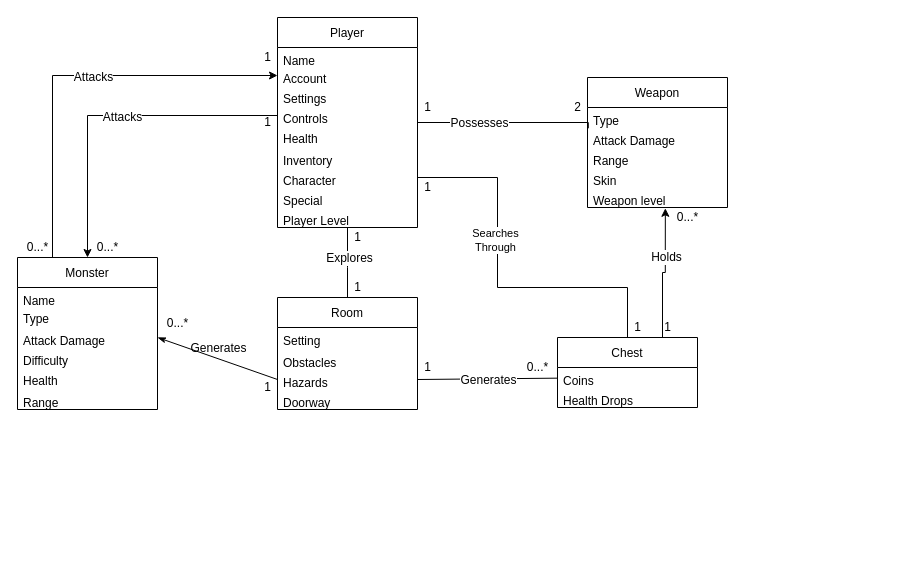
Before: Domain Model M2/Domain Model M2.drawio in jcarpenter48/dungeon_16, a draw.io diagram. Source tidied: cells renumbered, new cells numbered last; positions are measured from the earlier drawing's top-left corner, leaving out a move shared by most shapes. Both pictures are drawn from the tidied source at 100%, with x=0, y=0 at pixel (17, 17).
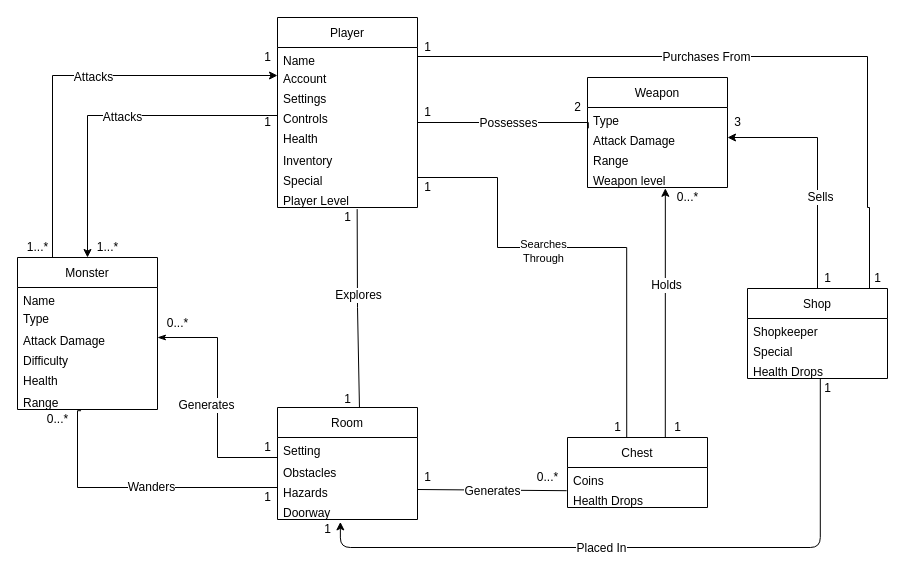
The same page after the edit.

Commit message (it also covers changes not shown here):
Update Diagram Information

The change refers to these unchanged cells:
```xml
<mxCell id="2" style="edgeStyle=orthogonalEdgeStyle;rounded=0;jettySize=auto;html=1;entryX=0.006;entryY=0.04;entryDx=0;entryDy=0;endArrow=none;endFill=0;entryPerimeter=0;" parent="1" edge="1" source="6" target="27">
  <mxGeometry relative="1" as="geometry">
    <Array as="points">
      <mxPoint x="571" y="105" />
    </Array>
  </mxGeometry>
</mxCell>
<mxCell id="7" value="Name" style="text;strokeColor=none;fillColor=none;align=left;verticalAlign=top;spacingLeft=4;spacingRight=4;overflow=hidden;points=[[0,0.5],[1,0.5]];portConstraint=eastwest;" parent="6" vertex="1">
  <mxGeometry y="30" width="140" height="18" as="geometry" />
</mxCell>
<mxCell id="21" value="Attack Damage" style="text;strokeColor=none;fillColor=none;align=left;verticalAlign=top;spacingLeft=4;spacingRight=4;overflow=hidden;points=[[0,0.5],[1,0.5]];portConstraint=eastwest;" parent="18" vertex="1">
  <mxGeometry y="70" width="140" height="20" as="geometry" />
</mxCell>
<mxCell id="24" value="Range" style="text;strokeColor=none;fillColor=none;align=left;verticalAlign=top;spacingLeft=4;spacingRight=4;overflow=hidden;points=[[0,0.5],[1,0.5]];portConstraint=eastwest;" parent="18" vertex="1">
  <mxGeometry y="132" width="140" height="20" as="geometry" />
</mxCell>
<mxCell id="27" value="Attack Damage" style="text;strokeColor=none;fillColor=none;align=left;verticalAlign=top;spacingLeft=4;spacingRight=4;overflow=hidden;points=[[0,0.5],[1,0.5]];portConstraint=eastwest;" parent="25" vertex="1">
  <mxGeometry y="50" width="140" height="20" as="geometry" />
</mxCell>
<mxCell id="34" value="Hazards" style="text;strokeColor=none;fillColor=none;align=left;verticalAlign=top;spacingLeft=4;spacingRight=4;overflow=hidden;points=[[0,0.5],[1,0.5]];portConstraint=eastwest;" parent="31" vertex="1">
  <mxGeometry y="72" width="140" height="20" as="geometry" />
</mxCell>
<mxCell id="35" value="Doorway" style="text;strokeColor=none;fillColor=none;align=left;verticalAlign=top;spacingLeft=4;spacingRight=4;overflow=hidden;points=[[0,0.5],[1,0.5]];portConstraint=eastwest;" parent="31" vertex="1">
  <mxGeometry y="92" width="140" height="20" as="geometry" />
</mxCell>
<mxCell id="39" value="Coins" style="text;strokeColor=none;fillColor=none;align=left;verticalAlign=top;spacingLeft=4;spacingRight=4;overflow=hidden;points=[[0,0.5],[1,0.5]];portConstraint=eastwest;" parent="38" vertex="1">
  <mxGeometry y="30" width="140" height="20" as="geometry" />
</mxCell>
<mxCell id="40" value="Health Drops" style="text;strokeColor=none;fillColor=none;align=left;verticalAlign=top;spacingLeft=4;spacingRight=4;overflow=hidden;points=[[0,0.5],[1,0.5]];portConstraint=eastwest;" parent="38" vertex="1">
  <mxGeometry y="50" width="140" height="20" as="geometry" />
</mxCell>
```

The edit, as a diff of the source:
```diff
@@
     <mxCell id="3" value="&lt;span style=&quot;font-size: 12px&quot;&gt;Possesses&lt;/span&gt;" style="edgeLabel;html=1;align=center;verticalAlign=middle;" parent="2" vertex="1">
-      <mxGeometry x="-0.31" relative="1" as="geometry" />
+      <mxGeometry x="-0.31" relative="1" as="geometry">
+        <mxPoint x="29" as="offset" />
+      </mxGeometry>
     </mxCell>
-    <mxCell id="4" style="edgeStyle=none;rounded=0;jettySize=auto;html=1;startArrow=none;startFill=0;endArrow=none;endFill=0;strokeColor=#000000;entryX=0.5;entryY=0;entryDx=0;entryDy=0;" parent="1" edge="1" source="6" target="31">
+    <mxCell id="4" style="edgeStyle=none;rounded=0;jettySize=auto;html=1;startArrow=none;startFill=0;endArrow=none;endFill=0;strokeColor=#000000;entryX=1.1;entryY=1.02;entryDx=0;entryDy=0;exitX=0.569;exitY=1.08;exitDx=0;exitDy=0;exitPerimeter=0;entryPerimeter=0;" parent="1" edge="1" source="15" target="49">
       <mxGeometry relative="1" as="geometry">
         <Array as="points">
-          <mxPoint x="330" y="250" />
+          <mxPoint x="340" y="290" />
         </Array>
       </mxGeometry>
     </mxCell>
@@
     <mxCell id="6" value="Player" style="swimlane;fontStyle=0;horizontal=1;startSize=30;" parent="1" vertex="1">
-      <mxGeometry x="260" width="140" height="210" as="geometry" />
+      <mxGeometry x="260" width="140" height="190" as="geometry" />
     </mxCell>
@@
-    <mxCell id="13" value="Character" style="text;strokeColor=none;fillColor=none;align=left;verticalAlign=top;spacingLeft=4;spacingRight=4;overflow=hidden;" parent="6" vertex="1">
-      <mxGeometry y="150" width="140" height="20" as="geometry" />
-    </mxCell>
     <mxCell id="14" value="Special" style="text;strokeColor=none;fillColor=none;align=left;verticalAlign=top;spacingLeft=4;spacingRight=4;overflow=hidden;points=[[0,0.5],[1,0.5]];portConstraint=eastwest;" parent="6" vertex="1">
-      <mxGeometry y="170" width="140" height="20" as="geometry" />
+      <mxGeometry y="150" width="140" height="20" as="geometry" />
     </mxCell>
     <mxCell id="15" value="Player Level" style="text;strokeColor=none;fillColor=none;align=left;verticalAlign=top;spacingLeft=4;spacingRight=4;overflow=hidden;points=[[0,0.5],[1,0.5]];portConstraint=eastwest;" parent="6" vertex="1">
-      <mxGeometry y="190" width="140" height="20" as="geometry" />
+      <mxGeometry y="170" width="140" height="20" as="geometry" />
     </mxCell>
@@
     <mxCell id="25" value="Weapon" style="swimlane;fontStyle=0;horizontal=1;startSize=30;" parent="1" vertex="1">
-      <mxGeometry x="570" y="60" width="140" height="130" as="geometry" />
+      <mxGeometry x="570" y="60" width="140" height="110" as="geometry" />
     </mxCell>
@@
-    <mxCell id="29" value="Skin" style="text;strokeColor=none;fillColor=none;align=left;verticalAlign=top;spacingLeft=4;spacingRight=4;overflow=hidden;" parent="25" vertex="1">
-      <mxGeometry y="90" width="140" height="20" as="geometry" />
-    </mxCell>
     <mxCell id="30" value="Weapon level" style="text;strokeColor=none;fillColor=none;align=left;verticalAlign=top;spacingLeft=4;spacingRight=4;overflow=hidden;points=[[0,0.5],[1,0.5]];portConstraint=eastwest;" parent="25" vertex="1">
-      <mxGeometry y="110" width="140" height="20" as="geometry" />
+      <mxGeometry y="90" width="140" height="20" as="geometry" />
     </mxCell>
     <mxCell id="31" value="Room" style="swimlane;fontStyle=0;horizontal=1;startSize=30;" parent="1" vertex="1">
-      <mxGeometry x="260" y="280" width="140" height="112" as="geometry" />
+      <mxGeometry x="260" y="390" width="140" height="112" as="geometry" />
     </mxCell>
@@
-    <mxCell id="36" style="edgeStyle=orthogonalEdgeStyle;rounded=0;jettySize=auto;html=1;exitX=0.75;exitY=0;exitDx=0;exitDy=0;entryX=0.556;entryY=1.04;entryDx=0;entryDy=0;entryPerimeter=0;" parent="1" edge="1" source="38" target="30">
-      <mxGeometry relative="1" as="geometry" />
+    <mxCell id="36" style="rounded=0;jettySize=auto;html=1;exitX=0.75;exitY=0;exitDx=0;exitDy=0;entryX=0.556;entryY=1.04;entryDx=0;entryDy=0;entryPerimeter=0;edgeStyle=orthogonalEdgeStyle;" parent="1" edge="1" source="38" target="30">
+      <mxGeometry relative="1" as="geometry">
+        <Array as="points">
+          <mxPoint x="648" y="420" />
+        </Array>
+      </mxGeometry>
     </mxCell>
@@
     <mxCell id="38" value="Chest" style="swimlane;fontStyle=0;horizontal=1;startSize=30;" parent="1" vertex="1">
-      <mxGeometry x="540" y="320" width="140" height="70" as="geometry" />
+      <mxGeometry x="550" y="420" width="140" height="70" as="geometry" />
     </mxCell>
@@
-    <mxCell id="43" style="edgeStyle=orthogonalEdgeStyle;rounded=0;jettySize=auto;html=1;exitX=1;exitY=0.5;exitDx=0;exitDy=0;startArrow=none;startFill=0;endArrow=none;endFill=0;" parent="1" edge="1" source="14">
+    <mxCell id="43" style="edgeStyle=orthogonalEdgeStyle;rounded=0;jettySize=auto;html=1;exitX=1;exitY=0.5;exitDx=0;exitDy=0;startArrow=none;startFill=0;endArrow=none;endFill=0;entryX=0.423;entryY=-0.006;entryDx=0;entryDy=0;entryPerimeter=0;" parent="1" edge="1" source="14" target="38">
       <mxGeometry relative="1" as="geometry">
-        <mxPoint x="610" y="320" as="targetPoint" />
         <Array as="points">
           <mxPoint x="480" y="160" />
-          <mxPoint x="480" y="270" />
-          <mxPoint x="610" y="270" />
+          <mxPoint x="480" y="230" />
+          <mxPoint x="609" y="230" />
         </Array>
       </mxGeometry>
     </mxCell>
@@
     <mxCell id="47" value="1" style="text;html=1;align=center;verticalAlign=middle;strokeColor=none;" parent="1" vertex="1">
-      <mxGeometry x="400" y="80" width="20" height="20" as="geometry" />
+      <mxGeometry x="400" y="85" width="20" height="20" as="geometry" />
     </mxCell>
@@
     <mxCell id="49" value="1" style="text;html=1;align=center;verticalAlign=middle;points=[];strokeColor=none;" parent="1" vertex="1">
-      <mxGeometry x="330" y="260" width="20" height="20" as="geometry" />
+      <mxGeometry x="320" y="372" width="20" height="20" as="geometry" />
     </mxCell>
-    <mxCell id="50" style="edgeStyle=none;rounded=0;jettySize=auto;html=1;exitX=0;exitY=0.5;exitDx=0;exitDy=0;entryX=1;entryY=0.5;entryDx=0;entryDy=0;startArrow=none;startFill=0;endArrow=classicThin;endFill=1;strokeColor=#000000;" parent="1" edge="1" source="34" target="21">
-      <mxGeometry relative="1" as="geometry" />
+    <mxCell id="50" style="edgeStyle=orthogonalEdgeStyle;rounded=0;jettySize=auto;html=1;entryX=1;entryY=0.5;entryDx=0;entryDy=0;startArrow=none;startFill=0;endArrow=classicThin;endFill=1;strokeColor=#000000;" parent="1" edge="1" target="21">
+      <mxGeometry relative="1" as="geometry">
+        <mxPoint x="260" y="440" as="sourcePoint" />
+        <Array as="points">
+          <mxPoint x="260" y="440" />
+          <mxPoint x="200" y="440" />
+          <mxPoint x="200" y="320" />
+        </Array>
+      </mxGeometry>
     </mxCell>
-    <mxCell id="51" value="&lt;font style=&quot;font-size: 12px&quot;&gt;Generates&lt;/font&gt;" style="edgeLabel;html=1;align=center;verticalAlign=middle;labelBackgroundColor=none;" parent="50" vertex="1">
+    <mxCell id="51" value="&lt;font style=&quot;font-size: 12px&quot;&gt;Generates&lt;/font&gt;" style="edgeLabel;html=1;align=center;verticalAlign=middle;labelBackgroundColor=#ffffff;" parent="50" vertex="1">
       <mxGeometry x="-0.19" y="1" relative="1" as="geometry">
         <mxPoint x="-11" y="-16" as="offset" />
       </mxGeometry>
     </mxCell>
     <mxCell id="52" value="1" style="text;html=1;align=center;verticalAlign=middle;strokeColor=none;" parent="1" vertex="1">
-      <mxGeometry x="240" y="360" width="20" height="20" as="geometry" />
+      <mxGeometry x="240" y="420" width="20" height="20" as="geometry" />
     </mxCell>
@@
-    <mxCell id="54" value="0...*" style="text;html=1;align=center;verticalAlign=middle;strokeColor=none;" parent="1" vertex="1">
+    <mxCell id="54" value="1...*" style="text;html=1;align=center;verticalAlign=middle;strokeColor=none;" parent="1" vertex="1">
       <mxGeometry x="70" y="220" width="40" height="20" as="geometry" />
     </mxCell>
-    <mxCell id="55" value="0...*" style="text;html=1;align=center;verticalAlign=middle;strokeColor=none;" parent="1" vertex="1">
+    <mxCell id="55" value="1...*" style="text;html=1;align=center;verticalAlign=middle;strokeColor=none;" parent="1" vertex="1">
       <mxGeometry y="220" width="40" height="20" as="geometry" />
     </mxCell>
@@
-    <mxCell id="57" style="edgeStyle=none;rounded=0;jettySize=auto;html=1;exitX=1;exitY=0.5;exitDx=0;exitDy=0;startArrow=none;startFill=0;endArrow=none;endFill=0;strokeColor=#000000;" parent="1" edge="1" source="34" target="39">
+    <mxCell id="57" style="edgeStyle=none;rounded=0;jettySize=auto;html=1;exitX=1;exitY=0.5;exitDx=0;exitDy=0;startArrow=none;startFill=0;endArrow=none;endFill=0;strokeColor=#000000;entryX=-0.006;entryY=0.16;entryDx=0;entryDy=0;entryPerimeter=0;" parent="1" edge="1" source="34" target="40">
       <mxGeometry relative="1" as="geometry" />
     </mxCell>
@@
     <mxCell id="59" value="1" style="text;html=1;align=center;verticalAlign=middle;strokeColor=none;" parent="1" vertex="1">
-      <mxGeometry x="400" y="340" width="20" height="20" as="geometry" />
+      <mxGeometry x="400" y="450" width="20" height="20" as="geometry" />
     </mxCell>
     <mxCell id="60" value="1" style="text;html=1;align=center;verticalAlign=middle;strokeColor=none;" parent="1" vertex="1">
-      <mxGeometry x="610" y="300" width="20" height="20" as="geometry" />
+      <mxGeometry x="590" y="400" width="20" height="20" as="geometry" />
     </mxCell>
     <mxCell id="61" value="0...*" style="text;html=1;align=center;verticalAlign=middle;strokeColor=none;" parent="1" vertex="1">
-      <mxGeometry x="500" y="340" width="40" height="20" as="geometry" />
+      <mxGeometry x="510" y="450" width="40" height="20" as="geometry" />
     </mxCell>
     <mxCell id="62" value="1" style="text;html=1;align=center;verticalAlign=middle;strokeColor=none;" parent="1" vertex="1">
-      <mxGeometry x="640" y="300" width="20" height="20" as="geometry" />
+      <mxGeometry x="650" y="400" width="20" height="20" as="geometry" />
     </mxCell>
     <mxCell id="63" value="0...*" style="text;html=1;align=center;verticalAlign=middle;strokeColor=none;" parent="1" vertex="1">
-      <mxGeometry x="650" y="190" width="40" height="20" as="geometry" />
+      <mxGeometry x="650" y="170" width="40" height="20" as="geometry" />
     </mxCell>
     <mxCell id="64" value="1" style="text;html=1;align=center;verticalAlign=middle;strokeColor=none;" parent="1" vertex="1">
-      <mxGeometry x="330" y="210" width="20" height="20" as="geometry" />
+      <mxGeometry x="320" y="190" width="20" height="20" as="geometry" />
     </mxCell>
+    <mxCell id="65" style="edgeStyle=orthogonalEdgeStyle;rounded=0;jettySize=auto;html=1;exitX=0.5;exitY=0;exitDx=0;exitDy=0;entryX=1;entryY=0.5;entryDx=0;entryDy=0;" parent="1" edge="1" source="67" target="27">
+      <mxGeometry relative="1" as="geometry" />
+    </mxCell>
+    <mxCell id="66" value="&lt;font style=&quot;font-size: 12px&quot;&gt;Sells&lt;/font&gt;" style="edgeLabel;html=1;align=center;verticalAlign=middle;" parent="65" vertex="1">
+      <mxGeometry x="-0.24" y="-2" relative="1" as="geometry" />
+    </mxCell>
+    <mxCell id="67" value="Shop" style="swimlane;fontStyle=0;horizontal=1;startSize=30;" parent="1" vertex="1">
+      <mxGeometry x="730" y="271" width="140" height="90" as="geometry" />
+    </mxCell>
+    <mxCell id="68" value="Shopkeeper" style="text;strokeColor=none;fillColor=none;align=left;verticalAlign=top;spacingLeft=4;spacingRight=4;overflow=hidden;" parent="67" vertex="1">
+      <mxGeometry y="30" width="140" height="20" as="geometry" />
+    </mxCell>
+    <mxCell id="69" value="Special" style="text;strokeColor=none;fillColor=none;align=left;verticalAlign=top;spacingLeft=4;spacingRight=4;overflow=hidden;" parent="67" vertex="1">
+      <mxGeometry y="50" width="140" height="20" as="geometry" />
+    </mxCell>
+    <mxCell id="70" value="Health Drops" style="text;strokeColor=none;fillColor=none;align=left;verticalAlign=top;spacingLeft=4;spacingRight=4;overflow=hidden;points=[[0,0.5],[1,0.5]];portConstraint=eastwest;" parent="67" vertex="1">
+      <mxGeometry y="70" width="140" height="20" as="geometry" />
+    </mxCell>
+    <mxCell id="71" value="1" style="text;html=1;align=center;verticalAlign=middle;strokeColor=none;" parent="1" vertex="1">
+      <mxGeometry x="800" y="251" width="20" height="20" as="geometry" />
+    </mxCell>
+    <mxCell id="72" value="3" style="text;html=1;align=center;verticalAlign=middle;strokeColor=none;" parent="1" vertex="1">
+      <mxGeometry x="710" y="95" width="20" height="20" as="geometry" />
+    </mxCell>
+    <mxCell id="73" style="edgeStyle=orthogonalEdgeStyle;rounded=0;jettySize=auto;html=1;exitX=1;exitY=0.5;exitDx=0;exitDy=0;endArrow=none;endFill=0;" parent="1" edge="1" source="7">
+      <mxGeometry relative="1" as="geometry">
+        <mxPoint x="852" y="271" as="targetPoint" />
+        <Array as="points">
+          <mxPoint x="850" y="39" />
+          <mxPoint x="850" y="190" />
+          <mxPoint x="852" y="190" />
+        </Array>
+      </mxGeometry>
+    </mxCell>
+    <mxCell id="74" value="Purchases From" style="edgeLabel;html=1;align=center;verticalAlign=middle;fontSize=12;" parent="73" vertex="1">
+      <mxGeometry x="-0.45" y="4" relative="1" as="geometry">
+        <mxPoint x="100" y="4" as="offset" />
+      </mxGeometry>
+    </mxCell>
+    <mxCell id="75" value="1" style="text;html=1;align=center;verticalAlign=middle;strokeColor=none;" parent="1" vertex="1">
+      <mxGeometry x="400" y="20" width="20" height="20" as="geometry" />
+    </mxCell>
+    <mxCell id="76" value="1" style="text;html=1;align=center;verticalAlign=middle;strokeColor=none;" parent="1" vertex="1">
+      <mxGeometry x="850" y="251" width="20" height="20" as="geometry" />
+    </mxCell>
+    <mxCell id="77" style="edgeStyle=orthogonalEdgeStyle;rounded=0;jettySize=auto;html=1;entryX=0.454;entryY=1.06;entryDx=0;entryDy=0;entryPerimeter=0;fontSize=12;endArrow=none;endFill=0;" parent="1" edge="1" target="24">
+      <mxGeometry relative="1" as="geometry">
+        <mxPoint x="260" y="470" as="sourcePoint" />
+        <Array as="points">
+          <mxPoint x="260" y="470" />
+          <mxPoint x="60" y="470" />
+          <mxPoint x="60" y="393" />
+        </Array>
+      </mxGeometry>
+    </mxCell>
+    <mxCell id="78" value="Wanders" style="edgeLabel;html=1;align=center;verticalAlign=middle;fontSize=12;" parent="77" vertex="1">
+      <mxGeometry x="-0.09" y="-1" relative="1" as="geometry">
+        <mxPoint x="1" as="offset" />
+      </mxGeometry>
+    </mxCell>
+    <mxCell id="79" value="0...*" style="text;html=1;align=center;verticalAlign=middle;strokeColor=none;" parent="1" vertex="1">
+      <mxGeometry x="20" y="392" width="40" height="20" as="geometry" />
+    </mxCell>
+    <mxCell id="80" value="1" style="text;html=1;align=center;verticalAlign=middle;strokeColor=none;" parent="1" vertex="1">
+      <mxGeometry x="240" y="470" width="20" height="20" as="geometry" />
+    </mxCell>
+    <mxCell id="81" style="endArrow=classic;html=1;fontSize=12;entryX=0.449;entryY=1.12;entryDx=0;entryDy=0;entryPerimeter=0;exitX=0.52;exitY=1.01;exitDx=0;exitDy=0;exitPerimeter=0;edgeStyle=orthogonalEdgeStyle;" parent="1" edge="1" source="70" target="35">
+      <mxGeometry relative="1" as="geometry">
+        <Array as="points">
+          <mxPoint x="803" y="530" />
+          <mxPoint x="323" y="530" />
+        </Array>
+      </mxGeometry>
+    </mxCell>
+    <mxCell id="82" value="Placed In" style="edgeLabel;html=1;align=center;verticalAlign=middle;fontSize=12;" parent="81" vertex="1">
+      <mxGeometry x="0.15" y="4" relative="1" as="geometry">
+        <mxPoint y="-4" as="offset" />
+      </mxGeometry>
+    </mxCell>
+    <mxCell id="83" value="1" style="text;html=1;align=center;verticalAlign=middle;strokeColor=none;" parent="1" vertex="1">
+      <mxGeometry x="300" y="502" width="20" height="20" as="geometry" />
+    </mxCell>
+    <mxCell id="84" value="1" style="text;html=1;align=center;verticalAlign=middle;strokeColor=none;" parent="1" vertex="1">
+      <mxGeometry x="800" y="361" width="20" height="20" as="geometry" />
+    </mxCell>
```
